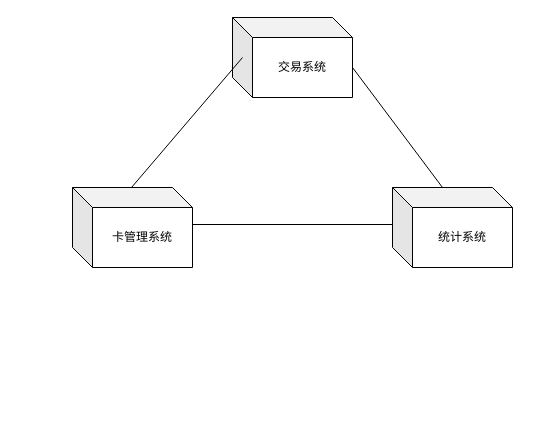
chenlongqiang/draw.io keeps this draw.io diagram as time.geekbang/demo.drawio. Above is the earlier version. Source tidied: cells renumbered, new cells numbered last; positions are measured from the earlier drawing's top-left corner, leaving out a move shared by most shapes. Both pictures are drawn from the tidied source at 100%, with x=0, y=0 at pixel (72, 17).
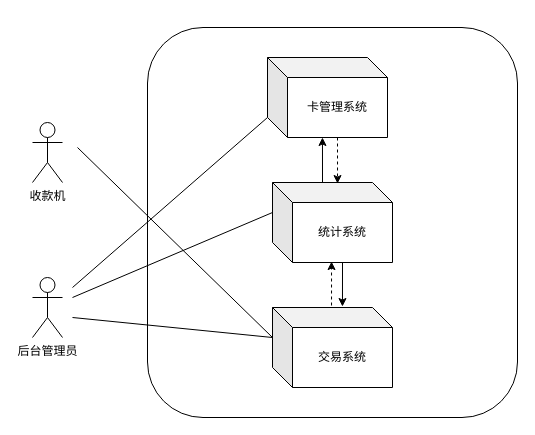
After the change.

Commit message:
系统用例图.drawio

Diff of the diagram source:
```diff
@@
 <mxGraphModel background="#ffffff">
   <root>
     <mxCell id="0" />
     <mxCell id="1" parent="0" />
+    <mxCell id="8" style="rounded=1;whiteSpace=wrap;html=1;" parent="1" vertex="1">
+      <mxGeometry x="75" y="10" width="370" height="390" as="geometry" />
+    </mxCell>
+    <mxCell id="9" style="edgeStyle=orthogonalEdgeStyle;rounded=0;jettySize=auto;html=1;exitX=0;exitY=0;exitDx=70;exitDy=80;exitPerimeter=0;entryX=0.542;entryY=0.013;entryDx=0;entryDy=0;entryPerimeter=0;dashed=1;" parent="1" edge="1" source="2" target="4">
+      <mxGeometry relative="1" as="geometry" />
+    </mxCell>
     <mxCell id="2" value="卡管理系统" style="shape=cube;whiteSpace=wrap;html=1;boundedLbl=1;backgroundOutline=1;darkOpacity=0.05;darkOpacity2=0.1;labelBackgroundColor=none;" parent="1" vertex="1">
-      <mxGeometry y="170" width="120" height="80" as="geometry" />
+      <mxGeometry x="195" y="40" width="120" height="80" as="geometry" />
     </mxCell>
+    <mxCell id="7" style="edgeStyle=orthogonalEdgeStyle;rounded=0;jettySize=auto;html=1;exitX=0.492;exitY=-0.025;exitDx=0;exitDy=0;exitPerimeter=0;entryX=0.492;entryY=0.988;entryDx=0;entryDy=0;entryPerimeter=0;dashed=1;" parent="1" edge="1" source="3" target="4">
+      <mxGeometry relative="1" as="geometry" />
+    </mxCell>
-    <mxCell id="3" value="交易系统&lt;br&gt;" style="shape=cube;whiteSpace=wrap;html=1;boundedLbl=1;backgroundOutline=1;darkOpacity=0.05;darkOpacity2=0.1;labelBackgroundColor=none;" parent="1" vertex="1">
-      <mxGeometry x="160" width="120" height="80" as="geometry" />
+    <mxCell id="3" value="交易系统&lt;br&gt;" style="shape=cube;whiteSpace=wrap;html=1;boundedLbl=1;backgroundOutline=1;darkOpacity=0.05;darkOpacity2=0.1;labelBackgroundColor=none;fillOpacity=100;" parent="1" vertex="1">
+      <mxGeometry x="200" y="290" width="120" height="80" as="geometry" />
     </mxCell>
+    <mxCell id="10" style="edgeStyle=orthogonalEdgeStyle;rounded=0;jettySize=auto;html=1;exitX=0;exitY=0;exitDx=50;exitDy=0;exitPerimeter=0;entryX=0.458;entryY=1;entryDx=0;entryDy=0;entryPerimeter=0;" parent="1" edge="1" source="4" target="2">
+      <mxGeometry relative="1" as="geometry" />
+    </mxCell>
+    <mxCell id="11" style="edgeStyle=orthogonalEdgeStyle;rounded=0;jettySize=auto;html=1;exitX=0;exitY=0;exitDx=70;exitDy=80;exitPerimeter=0;entryX=0.583;entryY=-0.012;entryDx=0;entryDy=0;entryPerimeter=0;" parent="1" edge="1" source="4" target="3">
+      <mxGeometry relative="1" as="geometry" />
+    </mxCell>
     <mxCell id="4" value="统计系统" style="shape=cube;whiteSpace=wrap;html=1;boundedLbl=1;backgroundOutline=1;darkOpacity=0.05;darkOpacity2=0.1;labelBackgroundColor=none;" parent="1" vertex="1">
-      <mxGeometry x="320" y="170" width="120" height="80" as="geometry" />
+      <mxGeometry x="200" y="165" width="120" height="80" as="geometry" />
     </mxCell>
-    <mxCell id="5" style="endArrow=none;html=1;fontColor=#000000;" parent="1" edge="1">
-      <mxGeometry relative="1" as="geometry">
-        <mxPoint x="120" y="207" as="sourcePoint" />
-        <mxPoint x="320" y="207" as="targetPoint" />
-      </mxGeometry>
-    </mxCell>
-    <mxCell id="6" style="endArrow=none;html=1;fontColor=#000000;" parent="1" edge="1">
-      <mxGeometry relative="1" as="geometry">
-        <mxPoint x="59" y="170" as="sourcePoint" />
-        <mxPoint x="170" y="40" as="targetPoint" />
-      </mxGeometry>
-    </mxCell>
-    <mxCell id="7" style="endArrow=none;html=1;fontColor=#000000;entryX=0;entryY=0;entryDx=50;entryDy=0;entryPerimeter=0;exitX=0;exitY=0;exitDx=120;exitDy=50;exitPerimeter=0;" parent="1" edge="1" source="3" target="4">
-      <mxGeometry relative="1" as="geometry" />
-    </mxCell>
+    <mxCell id="12" value="后台管理员" style="shape=umlActor;verticalLabelPosition=bottom;verticalAlign=top;html=1;" parent="1" vertex="1">
+      <mxGeometry x="-40" y="260" width="30" height="60" as="geometry" />
+    </mxCell>
+    <mxCell id="13" value="收款机" style="shape=umlActor;verticalLabelPosition=bottom;verticalAlign=top;html=1;" parent="1" vertex="1">
+      <mxGeometry x="-40" y="105" width="30" height="60" as="geometry" />
+    </mxCell>
+    <mxCell id="14" style="endArrow=none;html=1;entryX=0;entryY=0;entryDx=0;entryDy=60;entryPerimeter=0;" parent="1" edge="1" target="2">
+      <mxGeometry relative="1" as="geometry">
+        <mxPoint y="270" as="sourcePoint" />
+      </mxGeometry>
+    </mxCell>
+    <mxCell id="15" style="endArrow=none;html=1;entryX=0;entryY=0;entryDx=0;entryDy=30;entryPerimeter=0;" parent="1" edge="1" target="3">
+      <mxGeometry relative="1" as="geometry">
+        <mxPoint y="300" as="sourcePoint" />
+      </mxGeometry>
+    </mxCell>
+    <mxCell id="16" style="endArrow=none;html=1;entryX=0;entryY=0;entryDx=0;entryDy=30;entryPerimeter=0;" parent="1" edge="1" target="4">
+      <mxGeometry relative="1" as="geometry">
+        <mxPoint y="280" as="sourcePoint" />
+      </mxGeometry>
+    </mxCell>
+    <mxCell id="17" style="endArrow=none;html=1;" parent="1" edge="1">
+      <mxGeometry relative="1" as="geometry">
+        <mxPoint x="5" y="130" as="sourcePoint" />
+        <mxPoint x="200" y="320" as="targetPoint" />
+      </mxGeometry>
+    </mxCell>
   </root>
 </mxGraphModel>
```
